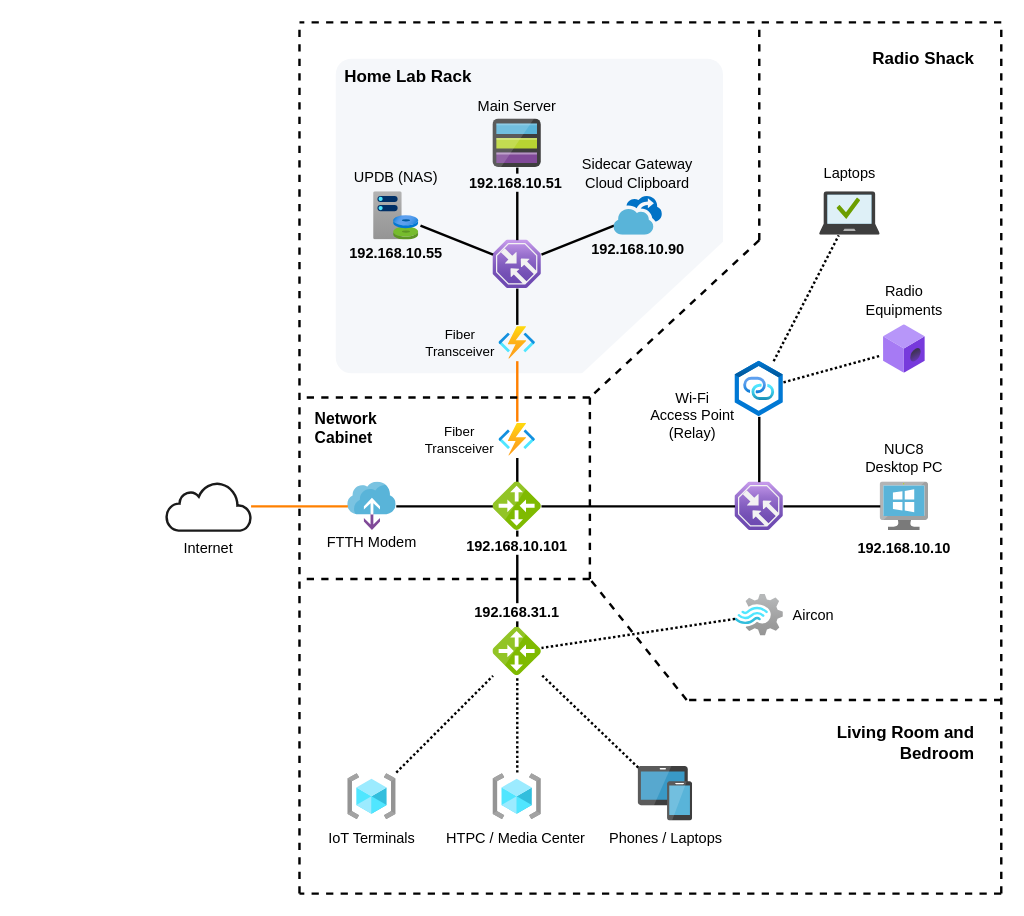
bd4sur/bd4sur.github.io keeps this draw.io diagram as image/G2/homelab/homenet.drawio. Above is the earlier version. Source tidied: cells renumbered, new cells numbered last; positions are measured from the earlier drawing's top-left corner, leaving out a move shared by most shapes. Both pictures are drawn from the tidied source at 121%, with x=0, y=0 at pixel (160, 22).
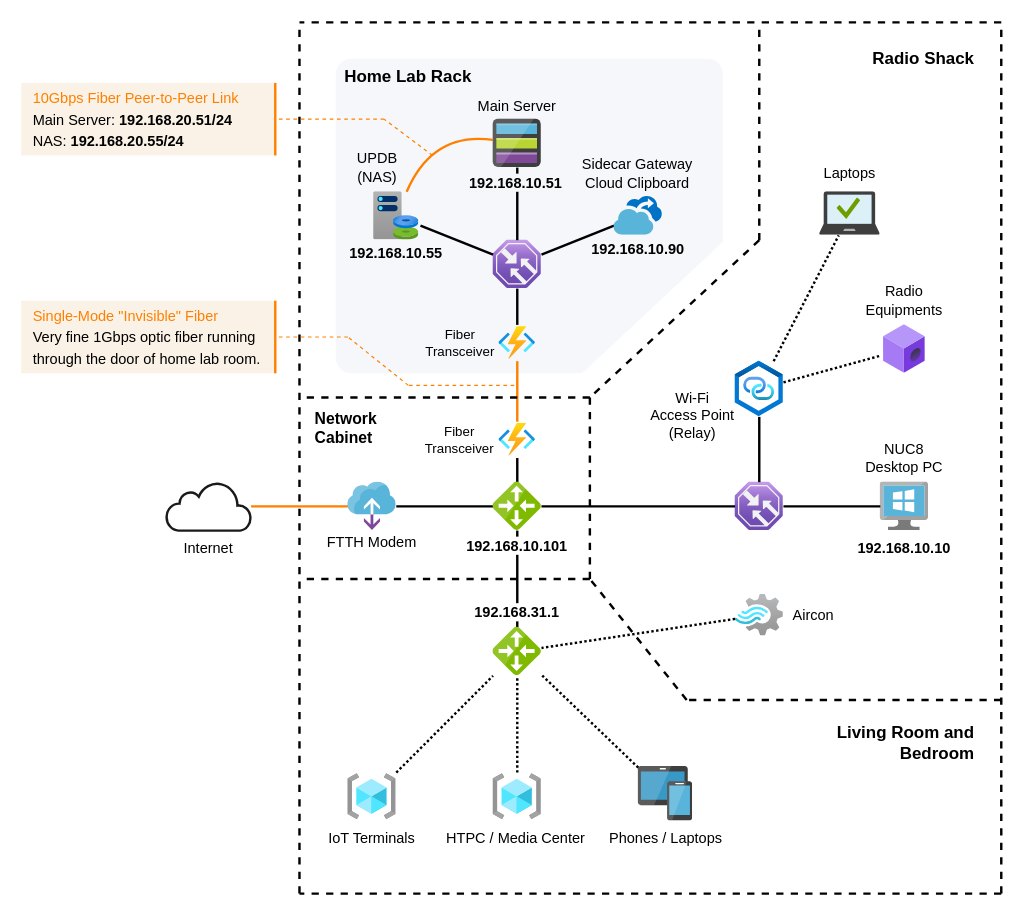
The same page after the edit.

Unchanged cells that the change refers to:
```xml
<mxCell id="19" style="html=1;points=[];align=center;image;fontSize=12;image=img/lib/azure2/azure_stack/Capacity.svg;" parent="1" vertex="1">
  <mxGeometry x="175" y="140" width="40" height="40" as="geometry" />
</mxCell>
<mxCell id="28" style="html=1;points=[];align=center;image;fontSize=12;image=img/lib/mscae/General_Storage.svg;" parent="1" vertex="1">
  <mxGeometry x="275" y="80" width="40" height="40" as="geometry" />
</mxCell>
```

What changed in the source:
```diff
@@
-    <mxCell id="67" value="UPDB (NAS)" style="text;html=1;strokeColor=none;fillColor=none;align=center;verticalAlign=middle;whiteSpace=wrap;rounded=0;" parent="1" vertex="1">
-      <mxGeometry x="136.2" y="120" width="117.5" height="15" as="geometry" />
+    <mxCell id="67" value="UPDB&lt;br&gt;(NAS)" style="text;html=1;strokeColor=none;fillColor=none;align=center;verticalAlign=middle;whiteSpace=wrap;rounded=0;" parent="1" vertex="1">
+      <mxGeometry x="155" y="100" width="48.8" height="40" as="geometry" />
     </mxCell>
@@
+    <mxCell id="77" style="curved=1;endArrow=none;html=1;endFill=0;strokeWidth=2;strokeColor=#FF8000;" parent="1" edge="1" source="19" target="28">
+      <mxGeometry relative="1" as="geometry">
+        <Array as="points">
+          <mxPoint x="225" y="90" />
+        </Array>
+      </mxGeometry>
+    </mxCell>
+    <mxCell id="78" value="&lt;p style=&quot;line-height: 150%&quot;&gt;&lt;font color=&quot;#ff8000&quot;&gt;10Gbps Fiber Peer-to-Peer Link&lt;/font&gt;&lt;br&gt;Main Server: &lt;b&gt;192.168.20.51/24&lt;/b&gt;&lt;br&gt;NAS: &lt;b&gt;192.168.20.55/24&lt;/b&gt;&lt;/p&gt;" style="text;html=1;strokeColor=none;align=left;verticalAlign=middle;whiteSpace=wrap;rounded=0;spacingLeft=8;fillColor=#FAF2E6;" parent="1" vertex="1">
+      <mxGeometry x="-115" y="50" width="210" height="60" as="geometry" />
+    </mxCell>
+    <mxCell id="79" style="endArrow=none;html=1;entryX=1;entryY=0.5;entryDx=0;entryDy=0;strokeColor=#FF8000;dashed=1;" parent="1" edge="1" target="78">
+      <mxGeometry relative="1" as="geometry">
+        <mxPoint x="185" y="80" as="sourcePoint" />
+      </mxGeometry>
+    </mxCell>
+    <mxCell id="80" style="endArrow=none;html=1;entryX=1;entryY=0.5;entryDx=0;entryDy=0;strokeColor=#FF8000;dashed=1;" parent="1" edge="1">
+      <mxGeometry relative="1" as="geometry">
+        <mxPoint x="225" y="110" as="sourcePoint" />
+        <mxPoint x="185" y="80" as="targetPoint" />
+      </mxGeometry>
+    </mxCell>
+    <mxCell id="81" style="endArrow=none;html=1;entryX=1;entryY=0.5;entryDx=0;entryDy=0;strokeColor=#FF8000;strokeWidth=2;" parent="1" edge="1">
+      <mxGeometry relative="1" as="geometry">
+        <mxPoint x="95" y="110" as="sourcePoint" />
+        <mxPoint x="95" y="50" as="targetPoint" />
+      </mxGeometry>
+    </mxCell>
+    <mxCell id="82" value="&lt;p style=&quot;line-height: 150%&quot;&gt;&lt;font color=&quot;#ff8000&quot;&gt;Single-Mode &quot;Invisible&quot; Fiber&lt;/font&gt;&lt;br&gt;Very fine 1Gbps optic fiber running through the door of home lab room.&lt;br&gt;&lt;/p&gt;" style="text;html=1;strokeColor=none;align=left;verticalAlign=middle;whiteSpace=wrap;rounded=0;spacingLeft=8;fillColor=#FAF2E6;" parent="1" vertex="1">
+      <mxGeometry x="-115" y="230" width="210" height="60" as="geometry" />
+    </mxCell>
+    <mxCell id="83" style="endArrow=none;html=1;entryX=1;entryY=0.5;entryDx=0;entryDy=0;strokeColor=#FF8000;strokeWidth=2;" parent="1" edge="1">
+      <mxGeometry relative="1" as="geometry">
+        <mxPoint x="95" y="290" as="sourcePoint" />
+        <mxPoint x="95" y="230" as="targetPoint" />
+      </mxGeometry>
+    </mxCell>
+    <mxCell id="84" style="endArrow=none;html=1;entryX=1;entryY=0.5;entryDx=0;entryDy=0;strokeColor=#FF8000;dashed=1;" parent="1" edge="1">
+      <mxGeometry relative="1" as="geometry">
+        <mxPoint x="292.5" y="300" as="sourcePoint" />
+        <mxPoint x="202.5" y="300" as="targetPoint" />
+      </mxGeometry>
+    </mxCell>
+    <mxCell id="85" style="endArrow=none;html=1;strokeColor=#FF8000;dashed=1;" parent="1" edge="1">
+      <mxGeometry relative="1" as="geometry">
+        <mxPoint x="205" y="300" as="sourcePoint" />
+        <mxPoint x="155" y="260" as="targetPoint" />
+      </mxGeometry>
+    </mxCell>
+    <mxCell id="86" style="endArrow=none;html=1;strokeColor=#FF8000;dashed=1;entryX=1;entryY=0.5;entryDx=0;entryDy=0;" parent="1" edge="1" target="82">
+      <mxGeometry relative="1" as="geometry">
+        <mxPoint x="155" y="260" as="sourcePoint" />
+      </mxGeometry>
+    </mxCell>
```
